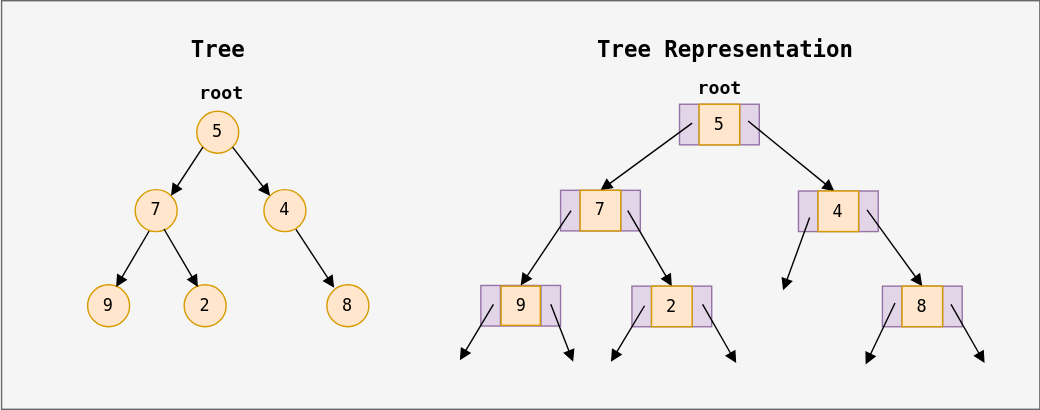
The draw.io diagram public/diagrams/tree-representation.svg in datkumar/code-journal, before a commit. Source tidied: cells renumbered, new cells last; positions are measured from the earlier drawing's top-left corner, leaving out a move shared by most shapes. The source it was exported from:
```xml
<mxGraphModel>
  <root>
    <mxCell id="0" />
    <mxCell id="1" parent="0" />
    <mxCell id="2" style="rounded=0;whiteSpace=wrap;html=1;fillColor=#f5f5f5;fontColor=#000000;strokeColor=#666666;fontFamily=monospace;" parent="1" vertex="1">
      <mxGeometry x="-0.5" width="742" height="292" as="geometry" />
    </mxCell>
    <mxCell id="3" value="5" style="ellipse;whiteSpace=wrap;html=1;fillColor=#ffe6cc;strokeColor=#d79b00;fontFamily=monospace;fontColor=#000000;" parent="1" vertex="1">
      <mxGeometry x="139" y="79" width="30" height="30" as="geometry" />
    </mxCell>
    <mxCell id="4" value="7" style="ellipse;whiteSpace=wrap;html=1;fillColor=#ffe6cc;strokeColor=#d79b00;fontFamily=monospace;fontColor=#000000;" parent="1" vertex="1">
      <mxGeometry x="95" y="135" width="30" height="30" as="geometry" />
    </mxCell>
    <mxCell id="5" value="9" style="ellipse;whiteSpace=wrap;html=1;fillColor=#ffe6cc;strokeColor=#d79b00;fontFamily=monospace;fontColor=#000000;" parent="1" vertex="1">
      <mxGeometry x="61" y="203" width="30" height="30" as="geometry" />
    </mxCell>
    <mxCell id="6" value="2" style="ellipse;whiteSpace=wrap;html=1;fillColor=#ffe6cc;strokeColor=#d79b00;fontFamily=monospace;fontColor=#000000;" parent="1" vertex="1">
      <mxGeometry x="130" y="203" width="30" height="30" as="geometry" />
    </mxCell>
    <mxCell id="7" value="4" style="ellipse;whiteSpace=wrap;html=1;fillColor=#ffe6cc;strokeColor=#d79b00;fontFamily=monospace;fontColor=#000000;" parent="1" vertex="1">
      <mxGeometry x="187" y="135" width="30" height="30" as="geometry" />
    </mxCell>
    <mxCell id="8" value="8" style="ellipse;whiteSpace=wrap;html=1;fillColor=#ffe6cc;strokeColor=#d79b00;fontFamily=monospace;fontColor=#000000;" parent="1" vertex="1">
      <mxGeometry x="232" y="203" width="30" height="30" as="geometry" />
    </mxCell>
    <mxCell id="9" style="endArrow=block;html=1;rounded=0;exitX=0;exitY=1;exitDx=0;exitDy=0;entryX=1;entryY=0;entryDx=0;entryDy=0;endFill=1;strokeColor=light-dark(#000000,#000000);startFill=0;fontFamily=monospace;fontColor=#000000;" parent="1" edge="1" source="3" target="4">
      <mxGeometry relative="1" as="geometry" />
    </mxCell>
    <mxCell id="10" style="endArrow=block;html=1;rounded=0;exitX=1;exitY=1;exitDx=0;exitDy=0;entryX=0;entryY=0;entryDx=0;entryDy=0;endFill=1;strokeColor=light-dark(#000000,#000000);startFill=0;fontFamily=monospace;fontColor=#000000;" parent="1" edge="1" source="3" target="7">
      <mxGeometry relative="1" as="geometry" />
    </mxCell>
    <mxCell id="11" style="endArrow=block;html=1;rounded=0;exitX=0.333;exitY=0.986;exitDx=0;exitDy=0;exitPerimeter=0;entryX=0.679;entryY=0.055;entryDx=0;entryDy=0;entryPerimeter=0;endFill=1;strokeColor=light-dark(#000000,#000000);startFill=0;fontFamily=monospace;fontColor=#000000;" parent="1" edge="1" source="4" target="5">
      <mxGeometry relative="1" as="geometry" />
    </mxCell>
    <mxCell id="12" style="endArrow=block;html=1;rounded=0;exitX=0.686;exitY=0.938;exitDx=0;exitDy=0;entryX=0.328;entryY=0.051;entryDx=0;entryDy=0;entryPerimeter=0;endFill=1;strokeColor=light-dark(#000000,#000000);startFill=0;exitPerimeter=0;fontFamily=monospace;fontColor=#000000;" parent="1" edge="1" source="4" target="6">
      <mxGeometry relative="1" as="geometry" />
    </mxCell>
    <mxCell id="13" style="endArrow=block;html=1;rounded=0;exitX=0.763;exitY=0.946;exitDx=0;exitDy=0;entryX=0.173;entryY=0.071;entryDx=0;entryDy=0;endFill=1;strokeColor=light-dark(#000000,#000000);startFill=0;entryPerimeter=0;exitPerimeter=0;fontFamily=monospace;fontColor=#000000;" parent="1" edge="1" source="7" target="8">
      <mxGeometry relative="1" as="geometry" />
    </mxCell>
    <mxCell id="14" value="Tree" style="text;html=1;align=center;verticalAlign=middle;whiteSpace=wrap;rounded=0;fontFamily=monospace;fontSize=16;fontStyle=1;fontColor=#000000;" parent="1" vertex="1">
      <mxGeometry x="93.8" y="20" width="120.5" height="30" as="geometry" />
    </mxCell>
    <mxCell id="15" style="shape=process;whiteSpace=wrap;html=1;backgroundOutline=1;size=0.24809187788018458;fillColor=#e1d5e7;strokeColor=#9673a6;fontFamily=monospace;fontColor=#000000;" parent="1" vertex="1">
      <mxGeometry x="484" y="74" width="57" height="29" as="geometry" />
    </mxCell>
    <mxCell id="16" style="shape=process;whiteSpace=wrap;html=1;backgroundOutline=1;size=0.24809187788018458;fillColor=#e1d5e7;strokeColor=#9673a6;fontFamily=monospace;fontColor=#000000;" parent="1" vertex="1">
      <mxGeometry x="399" y="135.5" width="57" height="29" as="geometry" />
    </mxCell>
    <mxCell id="17" style="shape=process;whiteSpace=wrap;html=1;backgroundOutline=1;size=0.24809187788018458;fillColor=#e1d5e7;strokeColor=#9673a6;fontFamily=monospace;fontColor=#000000;" parent="1" vertex="1">
      <mxGeometry x="569" y="136" width="57" height="29" as="geometry" />
    </mxCell>
    <mxCell id="18" style="endArrow=block;html=1;rounded=0;entryX=0.5;entryY=0;entryDx=0;entryDy=0;endFill=1;strokeColor=light-dark(#000000,#000000);startFill=0;exitX=0.158;exitY=0.466;exitDx=0;exitDy=0;exitPerimeter=0;fontFamily=monospace;fontColor=#000000;" parent="1" edge="1" source="15" target="16">
      <mxGeometry relative="1" as="geometry" />
    </mxCell>
    <mxCell id="19" style="endArrow=block;html=1;rounded=0;endFill=1;strokeColor=light-dark(#000000,#000000);startFill=0;entryX=0.45;entryY=0.008;entryDx=0;entryDy=0;entryPerimeter=0;fontFamily=monospace;fontColor=#000000;" parent="1" edge="1" target="17">
      <mxGeometry relative="1" as="geometry">
        <mxPoint x="533" y="86" as="sourcePoint" />
      </mxGeometry>
    </mxCell>
    <mxCell id="20" style="shape=process;whiteSpace=wrap;html=1;backgroundOutline=1;size=0.24809187788018458;fillColor=#e1d5e7;strokeColor=#9673a6;fontFamily=monospace;fontColor=#000000;" parent="1" vertex="1">
      <mxGeometry x="342" y="203.5" width="57" height="29" as="geometry" />
    </mxCell>
    <mxCell id="21" style="shape=process;whiteSpace=wrap;html=1;backgroundOutline=1;size=0.24809187788018458;fillColor=#e1d5e7;strokeColor=#9673a6;fontFamily=monospace;fontColor=#000000;" parent="1" vertex="1">
      <mxGeometry x="450" y="204" width="57" height="29" as="geometry" />
    </mxCell>
    <mxCell id="22" style="shape=process;whiteSpace=wrap;html=1;backgroundOutline=1;size=0.24809187788018458;fillColor=#e1d5e7;strokeColor=#9673a6;fontFamily=monospace;fontColor=#000000;" parent="1" vertex="1">
      <mxGeometry x="629" y="204" width="57" height="29" as="geometry" />
    </mxCell>
    <mxCell id="23" style="endArrow=block;html=1;rounded=0;entryX=0.5;entryY=0;entryDx=0;entryDy=0;endFill=1;strokeColor=light-dark(#000000,#000000);startFill=0;fontFamily=monospace;fontColor=#000000;" parent="1" edge="1" target="20">
      <mxGeometry relative="1" as="geometry">
        <mxPoint x="406.5" y="150" as="sourcePoint" />
      </mxGeometry>
    </mxCell>
    <mxCell id="24" style="endArrow=block;html=1;rounded=0;exitX=0.763;exitY=0.946;exitDx=0;exitDy=0;entryX=0.5;entryY=0;entryDx=0;entryDy=0;endFill=1;strokeColor=light-dark(#000000,#000000);startFill=0;exitPerimeter=0;fontFamily=monospace;fontColor=#000000;" parent="1" edge="1" target="21">
      <mxGeometry relative="1" as="geometry">
        <mxPoint x="447" y="150" as="sourcePoint" />
      </mxGeometry>
    </mxCell>
    <mxCell id="25" style="endArrow=block;html=1;rounded=0;endFill=1;strokeColor=light-dark(#000000,#000000);startFill=0;entryX=0.5;entryY=0;entryDx=0;entryDy=0;fontFamily=monospace;fontColor=#000000;" parent="1" edge="1" target="22">
      <mxGeometry relative="1" as="geometry">
        <mxPoint x="618" y="149.5" as="sourcePoint" />
      </mxGeometry>
    </mxCell>
    <mxCell id="26" value="5" style="whiteSpace=wrap;html=1;fillColor=#ffe6cc;strokeColor=#d79b00;fontFamily=monospace;fontColor=#000000;" parent="1" vertex="1">
      <mxGeometry x="498" y="74" width="29" height="29" as="geometry" />
    </mxCell>
    <mxCell id="27" value="7" style="whiteSpace=wrap;html=1;fillColor=#ffe6cc;strokeColor=#d79b00;fontFamily=monospace;fontColor=#000000;" parent="1" vertex="1">
      <mxGeometry x="413" y="135.5" width="29" height="29" as="geometry" />
    </mxCell>
    <mxCell id="28" value="9" style="whiteSpace=wrap;html=1;fillColor=#ffe6cc;strokeColor=#d79b00;fontFamily=monospace;fontColor=#000000;" parent="1" vertex="1">
      <mxGeometry x="356.5" y="204" width="28" height="28" as="geometry" />
    </mxCell>
    <mxCell id="29" value="2" style="whiteSpace=wrap;html=1;fillColor=#ffe6cc;strokeColor=#d79b00;fontFamily=monospace;fontColor=#000000;" parent="1" vertex="1">
      <mxGeometry x="464" y="204" width="29" height="29" as="geometry" />
    </mxCell>
    <mxCell id="30" value="4" style="whiteSpace=wrap;html=1;fillColor=#ffe6cc;strokeColor=#d79b00;fontFamily=monospace;fontColor=#000000;" parent="1" vertex="1">
      <mxGeometry x="583" y="136" width="29" height="29" as="geometry" />
    </mxCell>
    <mxCell id="31" value="8" style="whiteSpace=wrap;html=1;fillColor=#ffe6cc;strokeColor=#d79b00;fontFamily=monospace;fontColor=#000000;" parent="1" vertex="1">
      <mxGeometry x="643" y="204" width="29" height="29" as="geometry" />
    </mxCell>
    <mxCell id="32" style="endArrow=block;html=1;rounded=0;exitX=0.333;exitY=0.986;exitDx=0;exitDy=0;exitPerimeter=0;entryX=0.679;entryY=0.055;entryDx=0;entryDy=0;entryPerimeter=0;endFill=1;strokeColor=light-dark(#000000,#000000);startFill=0;fontFamily=monospace;fontColor=#000000;" parent="1" edge="1">
      <mxGeometry relative="1" as="geometry">
        <mxPoint x="351" y="217" as="sourcePoint" />
        <mxPoint x="327" y="257" as="targetPoint" />
      </mxGeometry>
    </mxCell>
    <mxCell id="33" style="endArrow=block;html=1;rounded=0;exitX=0.333;exitY=0.986;exitDx=0;exitDy=0;exitPerimeter=0;endFill=1;strokeColor=light-dark(#000000,#000000);startFill=0;fontFamily=monospace;fontColor=#000000;" parent="1" edge="1">
      <mxGeometry relative="1" as="geometry">
        <mxPoint x="577" y="155" as="sourcePoint" />
        <mxPoint x="558" y="207" as="targetPoint" />
      </mxGeometry>
    </mxCell>
    <mxCell id="34" style="endArrow=block;html=1;rounded=0;exitX=0.333;exitY=0.986;exitDx=0;exitDy=0;exitPerimeter=0;entryX=0.679;entryY=0.055;entryDx=0;entryDy=0;entryPerimeter=0;endFill=1;strokeColor=light-dark(#000000,#000000);startFill=0;fontFamily=monospace;fontColor=#000000;" parent="1" edge="1">
      <mxGeometry relative="1" as="geometry">
        <mxPoint x="459" y="218" as="sourcePoint" />
        <mxPoint x="435" y="258" as="targetPoint" />
      </mxGeometry>
    </mxCell>
    <mxCell id="35" style="endArrow=block;html=1;rounded=0;exitX=0.333;exitY=0.986;exitDx=0;exitDy=0;exitPerimeter=0;endFill=1;strokeColor=light-dark(#000000,#000000);startFill=0;fontFamily=monospace;fontColor=#000000;" parent="1" edge="1">
      <mxGeometry relative="1" as="geometry">
        <mxPoint x="638" y="216" as="sourcePoint" />
        <mxPoint x="617" y="260" as="targetPoint" />
      </mxGeometry>
    </mxCell>
    <mxCell id="36" style="endArrow=block;html=1;rounded=0;exitX=0.686;exitY=0.938;exitDx=0;exitDy=0;endFill=1;strokeColor=light-dark(#000000,#000000);startFill=0;exitPerimeter=0;fontFamily=monospace;fontColor=#000000;" parent="1" edge="1">
      <mxGeometry relative="1" as="geometry">
        <mxPoint x="392" y="217" as="sourcePoint" />
        <mxPoint x="408" y="258" as="targetPoint" />
      </mxGeometry>
    </mxCell>
    <mxCell id="37" style="endArrow=block;html=1;rounded=0;exitX=0.686;exitY=0.938;exitDx=0;exitDy=0;entryX=0.328;entryY=0.051;entryDx=0;entryDy=0;entryPerimeter=0;endFill=1;strokeColor=light-dark(#000000,#000000);startFill=0;exitPerimeter=0;fontFamily=monospace;fontColor=#000000;" parent="1" edge="1">
      <mxGeometry relative="1" as="geometry">
        <mxPoint x="500.5" y="217" as="sourcePoint" />
        <mxPoint x="524.5" y="259" as="targetPoint" />
      </mxGeometry>
    </mxCell>
    <mxCell id="38" style="endArrow=block;html=1;rounded=0;exitX=0.686;exitY=0.938;exitDx=0;exitDy=0;entryX=0.328;entryY=0.051;entryDx=0;entryDy=0;entryPerimeter=0;endFill=1;strokeColor=light-dark(#000000,#000000);startFill=0;exitPerimeter=0;fontFamily=monospace;fontColor=#000000;" parent="1" edge="1">
      <mxGeometry relative="1" as="geometry">
        <mxPoint x="678" y="217" as="sourcePoint" />
        <mxPoint x="702" y="259" as="targetPoint" />
      </mxGeometry>
    </mxCell>
    <mxCell id="39" value="Tree Representation" style="text;html=1;align=center;verticalAlign=middle;whiteSpace=wrap;rounded=0;fontFamily=monospace;fontSize=16;fontStyle=1;fontColor=#000000;" parent="1" vertex="1">
      <mxGeometry x="410" y="20" width="213.5" height="30" as="geometry" />
    </mxCell>
    <mxCell id="40" value="root" style="text;html=1;align=center;verticalAlign=middle;whiteSpace=wrap;rounded=0;fontFamily=monospace;fontSize=13;fontStyle=1;fontColor=#000000;" parent="1" vertex="1">
      <mxGeometry x="134" y="54" width="46" height="23" as="geometry" />
    </mxCell>
    <mxCell id="41" value="root" style="text;html=1;align=center;verticalAlign=middle;whiteSpace=wrap;rounded=0;fontFamily=monospace;fontSize=13;fontStyle=1;fontColor=#000000;" parent="1" vertex="1">
      <mxGeometry x="489.5" y="50" width="46" height="23" as="geometry" />
    </mxCell>
  </root>
</mxGraphModel>
```
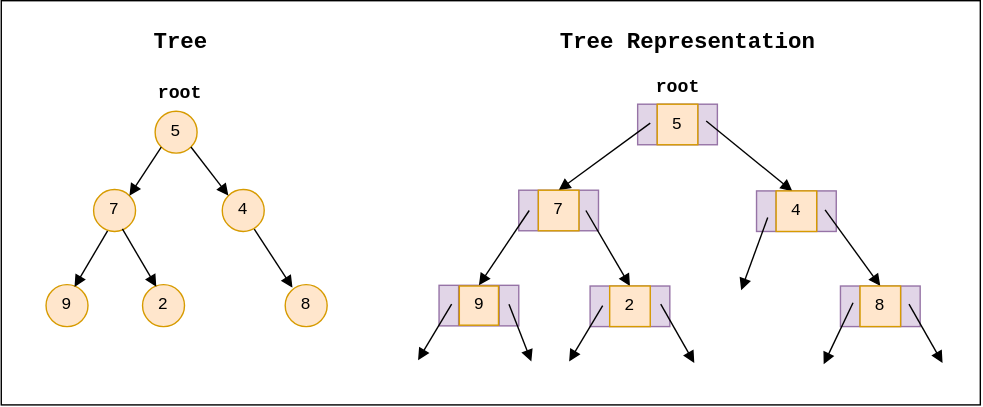
Above is the later version.

The edit, as a diff of the source:
```diff
@@ -2,8 +2,8 @@
   <root>
     <mxCell id="0" />
     <mxCell id="1" parent="0" />
-    <mxCell id="2" style="rounded=0;whiteSpace=wrap;html=1;fillColor=#f5f5f5;fontColor=#000000;strokeColor=#666666;fontFamily=monospace;" parent="1" vertex="1">
-      <mxGeometry x="-0.5" width="742" height="292" as="geometry" />
+    <mxCell id="2" style="rounded=0;whiteSpace=wrap;html=1;fillColor=light-dark(#FFFFFF,#FFFFFF);fontColor=#000000;strokeColor=light-dark(#000000,#000000);fontFamily=monospace;" parent="1" vertex="1">
+      <mxGeometry x="29" width="700" height="289" as="geometry" />
     </mxCell>
     <mxCell id="3" value="5" style="ellipse;whiteSpace=wrap;html=1;fillColor=#ffe6cc;strokeColor=#d79b00;fontFamily=monospace;fontColor=#000000;" parent="1" vertex="1">
       <mxGeometry x="139" y="79" width="30" height="30" as="geometry" />
@@ -39,7 +39,7 @@
       <mxGeometry relative="1" as="geometry" />
     </mxCell>
     <mxCell id="14" value="Tree" style="text;html=1;align=center;verticalAlign=middle;whiteSpace=wrap;rounded=0;fontFamily=monospace;fontSize=16;fontStyle=1;fontColor=#000000;" parent="1" vertex="1">
-      <mxGeometry x="93.8" y="20" width="120.5" height="30" as="geometry" />
+      <mxGeometry x="96.8" y="15" width="120.5" height="30" as="geometry" />
     </mxCell>
     <mxCell id="15" style="shape=process;whiteSpace=wrap;html=1;backgroundOutline=1;size=0.24809187788018458;fillColor=#e1d5e7;strokeColor=#9673a6;fontFamily=monospace;fontColor=#000000;" parent="1" vertex="1">
       <mxGeometry x="484" y="74" width="57" height="29" as="geometry" />
@@ -143,7 +143,7 @@
       </mxGeometry>
     </mxCell>
     <mxCell id="39" value="Tree Representation" style="text;html=1;align=center;verticalAlign=middle;whiteSpace=wrap;rounded=0;fontFamily=monospace;fontSize=16;fontStyle=1;fontColor=#000000;" parent="1" vertex="1">
-      <mxGeometry x="410" y="20" width="213.5" height="30" as="geometry" />
+      <mxGeometry x="413" y="15" width="213.5" height="30" as="geometry" />
     </mxCell>
     <mxCell id="40" value="root" style="text;html=1;align=center;verticalAlign=middle;whiteSpace=wrap;rounded=0;fontFamily=monospace;fontSize=13;fontStyle=1;fontColor=#000000;" parent="1" vertex="1">
       <mxGeometry x="134" y="54" width="46" height="23" as="geometry" />
```
